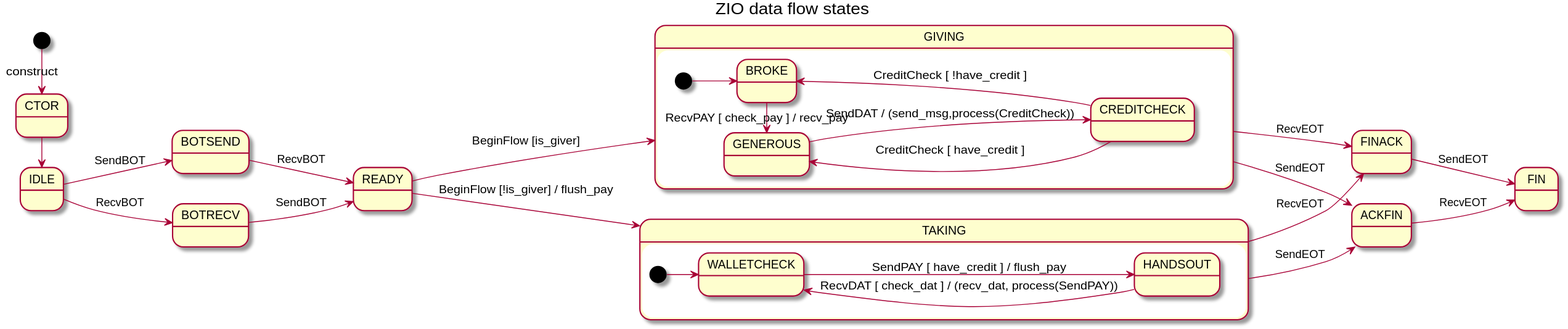
Above: docs/flow-states.svg in brettviren/zio (PlantUML), before the change.
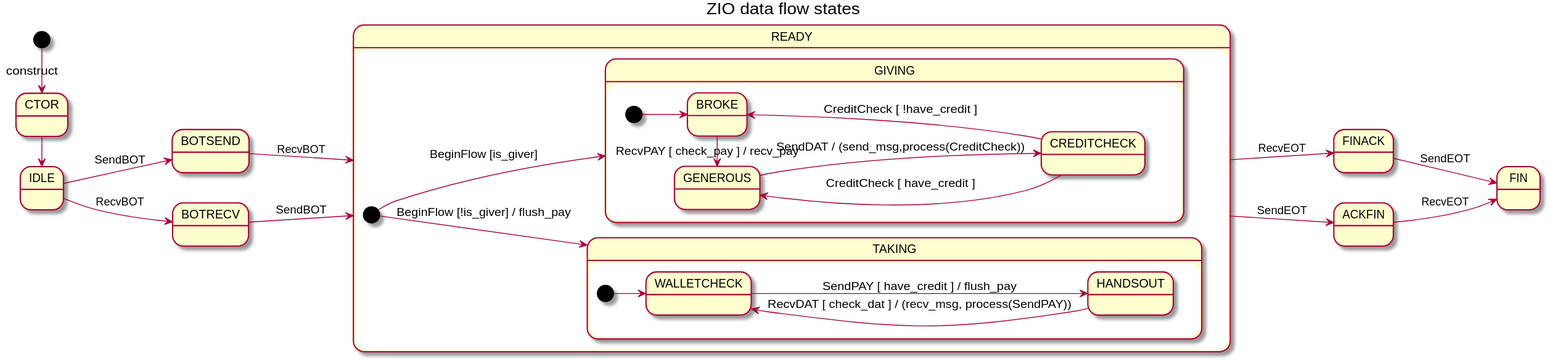
Above is the later version.

What changed in the source:
```diff
@@ -8,8 +8,9 @@
 BOTSEND --> READY : RecvBOT
 BOTRECV --> READY : SendBOT
 
-READY --> GIVING : BeginFlow [is_giver]
-READY --> TAKING : BeginFlow [!is_giver] / flush_pay
+state READY {
+        [*] --> GIVING : BeginFlow [is_giver]
+        [*] --> TAKING : BeginFlow [!is_giver] / flush_pay
 
 state GIVING {
         [*] --> BROKE
@@ -19,17 +20,14 @@
         CREDITCHECK --> BROKE : CreditCheck [ !have_credit ]
 }
 
-GIVING --> FINACK : RecvEOT
-GIVING --> ACKFIN : SendEOT
-
 state TAKING {
         [*] --> WALLETCHECK
         WALLETCHECK -> HANDSOUT : SendPAY [ have_credit ] / flush_pay
-        HANDSOUT --> WALLETCHECK : RecvDAT [ check_dat ] / (recv_dat, process(SendPAY))
+        HANDSOUT --> WALLETCHECK : RecvDAT [ check_dat ] / (recv_msg, process(SendPAY))
 }
-
-TAKING --> FINACK : RecvEOT
-TAKING --> ACKFIN : SendEOT
+}
+READY --> FINACK : RecvEOT
+READY --> ACKFIN : SendEOT
 
 FINACK --> FIN : SendEOT
 ACKFIN --> FIN : RecvEOT
```
